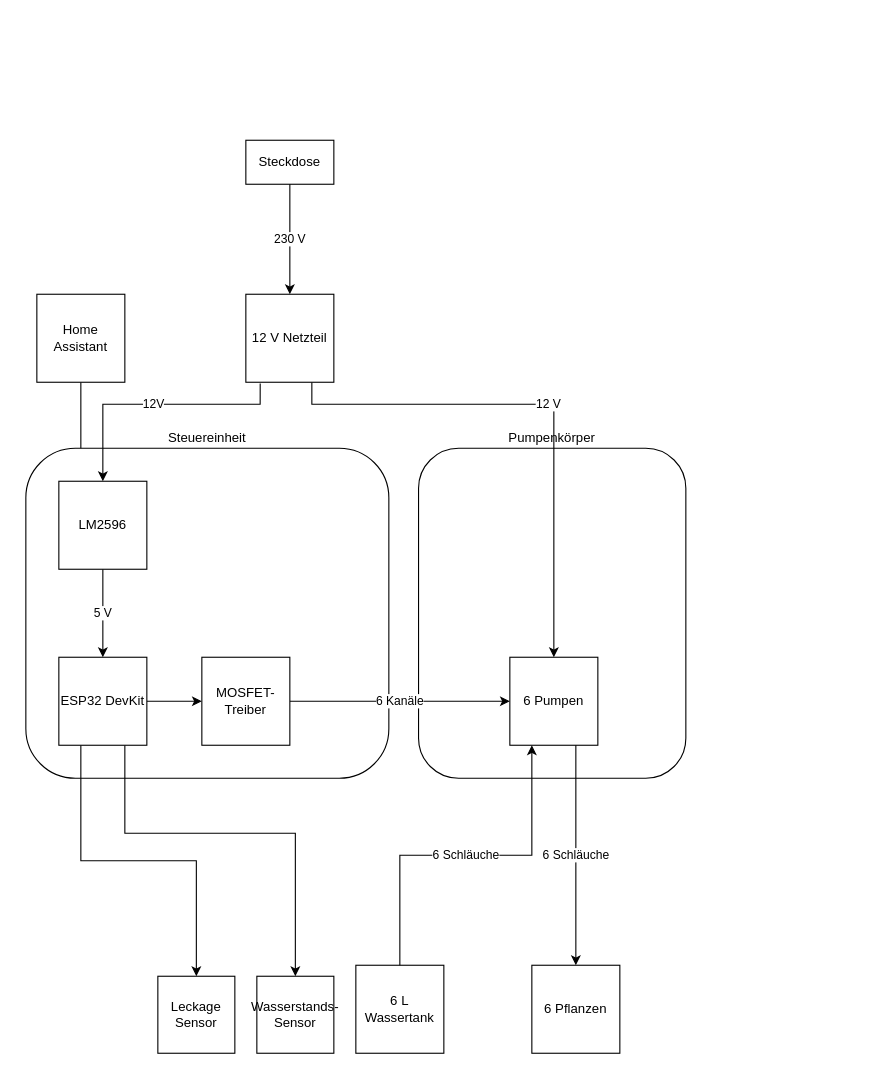
The draw.io diagram 01_Systemarchitektur.drawio in ChrisTinkers/SmartSprout, before the edit. Source tidied: cells renumbered, new cells numbered last; positions are measured from the earlier drawing's top-left corner, leaving out a move shared by most shapes. Both pictures are drawn from the tidied source at 110%, with x=0, y=0 at pixel (25, 140).
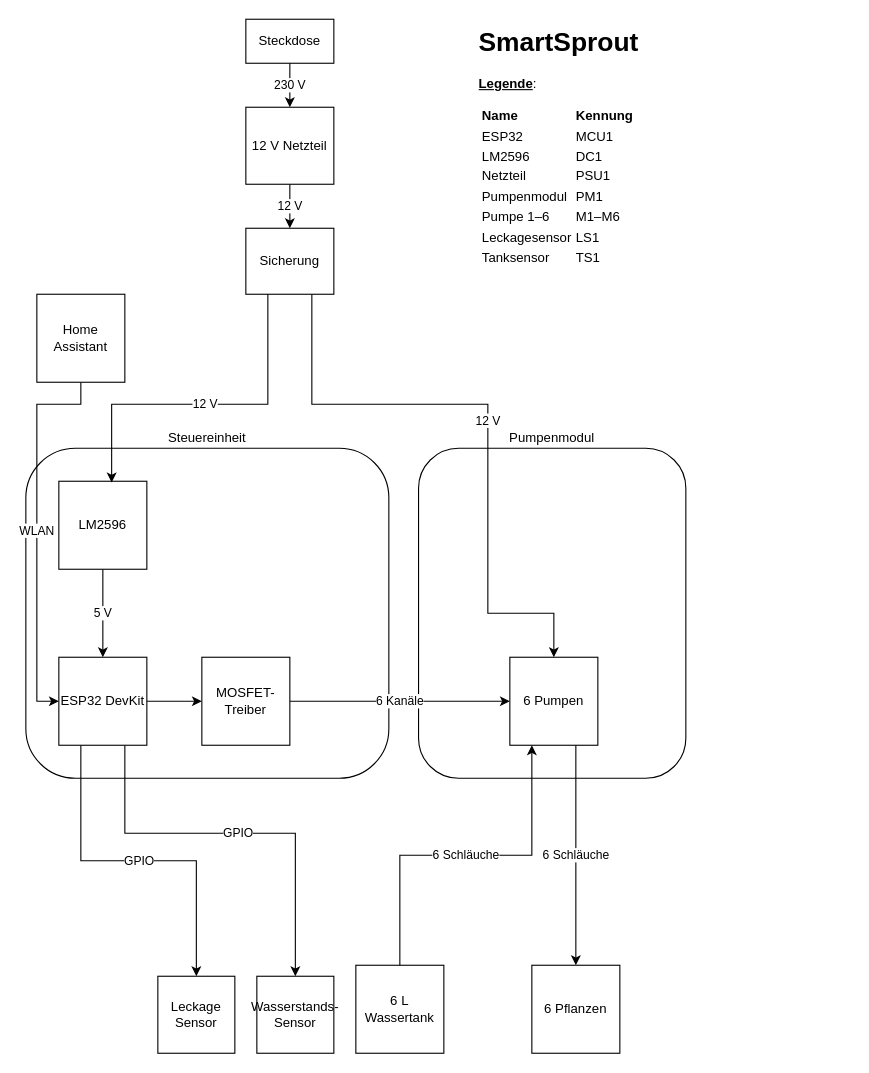
After the change.

Unchanged cells that the change refers to:
```xml
<mxCell id="12" value="ESP32 DevKit" style="rounded=0;whiteSpace=wrap;html=1;" parent="1" vertex="1">
  <mxGeometry x="30" y="470" width="80" height="80" as="geometry" />
</mxCell>
<mxCell id="14" value="LM2596" style="rounded=0;whiteSpace=wrap;html=1;" parent="1" vertex="1">
  <mxGeometry x="30" y="310" width="80" height="80" as="geometry" />
</mxCell>
<mxCell id="17" value="Home Assistant" style="rounded=0;whiteSpace=wrap;html=1;" parent="1" vertex="1">
  <mxGeometry x="10" y="140" width="80" height="80" as="geometry" />
</mxCell>
<mxCell id="21" value="6 Pumpen" style="rounded=0;whiteSpace=wrap;html=1;" parent="1" vertex="1">
  <mxGeometry x="440" y="470" width="80" height="80" as="geometry" />
</mxCell>
<mxCell id="24" value="Leckage&lt;div&gt;Sensor&lt;/div&gt;" style="rounded=0;whiteSpace=wrap;html=1;" parent="1" vertex="1">
  <mxGeometry x="120" y="760" width="70" height="70" as="geometry" />
</mxCell>
<mxCell id="25" value="Wasserstands-&lt;div&gt;Sensor&lt;/div&gt;" style="rounded=0;whiteSpace=wrap;html=1;" parent="1" vertex="1">
  <mxGeometry x="210" y="760" width="70" height="70" as="geometry" />
</mxCell>
```

What changed in the source:
```diff
@@
-<mxGraphModel>
+<mxGraphModel background="light-dark(#ffffff, #121212)">
@@
-    <mxCell id="2" value="Pumpenkörper" style="rounded=1;whiteSpace=wrap;html=1;labelPosition=center;verticalLabelPosition=top;align=center;verticalAlign=bottom;" parent="1" vertex="1">
+    <mxCell id="2" value="Pumpenmodul" style="rounded=1;whiteSpace=wrap;html=1;labelPosition=center;verticalLabelPosition=top;align=center;verticalAlign=bottom;" parent="1" vertex="1">
       <mxGeometry x="357" y="280" width="243" height="300" as="geometry" />
     </mxCell>
-    <mxCell id="3" style="edgeStyle=orthogonalEdgeStyle;rounded=0;jettySize=auto;html=1;exitX=0.5;exitY=1;exitDx=0;exitDy=0;entryX=0;entryY=0.5;entryDx=0;entryDy=0;" parent="1" edge="1" source="17" target="12">
-      <mxGeometry relative="1" as="geometry" />
-    </mxCell>
@@
     <mxCell id="5" value="Steckdose" style="rounded=0;whiteSpace=wrap;html=1;" parent="1" vertex="1">
-      <mxGeometry x="200" width="80" height="40" as="geometry" />
+      <mxGeometry x="200" y="-110" width="80" height="40" as="geometry" />
     </mxCell>
-    <mxCell id="6" value="12V" style="edgeStyle=orthogonalEdgeStyle;rounded=0;jettySize=auto;html=1;exitX=0.163;exitY=1.013;exitDx=0;exitDy=0;entryX=0.5;entryY=0;entryDx=0;entryDy=0;exitPerimeter=0;" parent="1" edge="1" source="8" target="14">
-      <mxGeometry relative="1" as="geometry">
-        <Array as="points">
-          <mxPoint x="213" y="240" />
-          <mxPoint x="70" y="240" />
-        </Array>
-      </mxGeometry>
-    </mxCell>
-    <mxCell id="7" value="12 V" style="edgeStyle=orthogonalEdgeStyle;rounded=0;jettySize=auto;html=1;exitX=0.75;exitY=1;exitDx=0;exitDy=0;entryX=0.5;entryY=0;entryDx=0;entryDy=0;" parent="1" edge="1" source="8" target="21">
-      <mxGeometry relative="1" as="geometry">
-        <Array as="points">
-          <mxPoint x="260" y="240" />
-          <mxPoint x="480" y="240" />
-        </Array>
-      </mxGeometry>
-    </mxCell>
+    <mxCell id="26" value="12 V" style="edgeStyle=orthogonalEdgeStyle;rounded=0;jettySize=auto;html=1;exitX=0.5;exitY=1;exitDx=0;exitDy=0;entryX=0.5;entryY=0;entryDx=0;entryDy=0;" parent="1" edge="1" source="8" target="27">
+      <mxGeometry relative="1" as="geometry" />
+    </mxCell>
     <mxCell id="8" value="12 V Netzteil" style="rounded=0;whiteSpace=wrap;html=1;" parent="1" vertex="1">
-      <mxGeometry x="200" y="140" width="80" height="80" as="geometry" />
+      <mxGeometry x="200" y="-30" width="80" height="70" as="geometry" />
     </mxCell>
@@
-    <mxCell id="10" style="edgeStyle=orthogonalEdgeStyle;rounded=0;jettySize=auto;html=1;exitX=0.25;exitY=1;exitDx=0;exitDy=0;" parent="1" edge="1" source="12" target="24">
+    <mxCell id="10" value="GPIO" style="edgeStyle=orthogonalEdgeStyle;rounded=0;jettySize=auto;html=1;exitX=0.25;exitY=1;exitDx=0;exitDy=0;" parent="1" edge="1" source="12" target="24">
       <mxGeometry relative="1" as="geometry" />
     </mxCell>
-    <mxCell id="11" style="edgeStyle=orthogonalEdgeStyle;rounded=0;jettySize=auto;html=1;exitX=0.75;exitY=1;exitDx=0;exitDy=0;entryX=0.5;entryY=0;entryDx=0;entryDy=0;" parent="1" edge="1" source="12" target="25">
+    <mxCell id="11" value="GPIO" style="edgeStyle=orthogonalEdgeStyle;rounded=0;jettySize=auto;html=1;exitX=0.75;exitY=1;exitDx=0;exitDy=0;entryX=0.5;entryY=0;entryDx=0;entryDy=0;" parent="1" edge="1" source="12" target="25">
       <mxGeometry relative="1" as="geometry">
         <Array as="points">
           <mxPoint x="90" y="630" />
           <mxPoint x="245" y="630" />
         </Array>
       </mxGeometry>
     </mxCell>
@@
+    <mxCell id="3" value="WLAN" style="edgeStyle=orthogonalEdgeStyle;rounded=0;jettySize=auto;html=1;exitX=0.5;exitY=1;exitDx=0;exitDy=0;entryX=0;entryY=0.5;entryDx=0;entryDy=0;" parent="1" edge="1" source="17" target="12">
+      <mxGeometry relative="1" as="geometry">
+        <Array as="points">
+          <mxPoint x="50" y="240" />
+          <mxPoint x="10" y="240" />
+          <mxPoint x="10" y="510" />
+        </Array>
+      </mxGeometry>
+    </mxCell>
@@
+    <mxCell id="7" value="12 V" style="edgeStyle=orthogonalEdgeStyle;rounded=0;jettySize=auto;html=1;exitX=0.75;exitY=1;exitDx=0;exitDy=0;entryX=0.5;entryY=0;entryDx=0;entryDy=0;" parent="1" edge="1" source="27" target="21">
+      <mxGeometry relative="1" as="geometry">
+        <Array as="points">
+          <mxPoint x="260" y="240" />
+          <mxPoint x="420" y="240" />
+          <mxPoint x="420" y="430" />
+          <mxPoint x="480" y="430" />
+        </Array>
+      </mxGeometry>
+    </mxCell>
+    <mxCell id="27" value="Sicherung" style="rounded=0;whiteSpace=wrap;html=1;" parent="1" vertex="1">
+      <mxGeometry x="200" y="80" width="80" height="60" as="geometry" />
+    </mxCell>
+    <mxCell id="28" value="12 V" style="edgeStyle=orthogonalEdgeStyle;rounded=0;jettySize=auto;html=1;exitX=0.25;exitY=1;exitDx=0;exitDy=0;entryX=0.6;entryY=0.013;entryDx=0;entryDy=0;entryPerimeter=0;" parent="1" edge="1" source="27" target="14">
+      <mxGeometry relative="1" as="geometry">
+        <Array as="points">
+          <mxPoint x="220" y="240" />
+          <mxPoint x="78" y="240" />
+        </Array>
+      </mxGeometry>
+    </mxCell>
+    <mxCell id="29" value="&lt;h1 style=&quot;margin-top: 0px;&quot;&gt;SmartSprout&lt;/h1&gt;&lt;p&gt;&lt;b&gt;&lt;u&gt;Legende&lt;/u&gt;&lt;/b&gt;:&lt;br&gt;&lt;/p&gt;&lt;table&gt;&lt;thead&gt;&lt;tr&gt;&lt;th&gt;Name&lt;/th&gt;&lt;th&gt;Kennung&lt;/th&gt;&lt;/tr&gt;&lt;/thead&gt;&lt;tbody&gt;&lt;tr&gt;&lt;td&gt;ESP32&lt;/td&gt;&lt;td&gt;MCU1&lt;/td&gt;&lt;/tr&gt;&lt;tr&gt;&lt;td&gt;LM2596&lt;/td&gt;&lt;td&gt;DC1&lt;/td&gt;&lt;/tr&gt;&lt;tr&gt;&lt;td&gt;Netzteil&lt;/td&gt;&lt;td&gt;PSU1&lt;/td&gt;&lt;/tr&gt;&lt;tr&gt;&lt;td&gt;Pumpenmodul&lt;/td&gt;&lt;td&gt;PM1&lt;/td&gt;&lt;/tr&gt;&lt;tr&gt;&lt;td&gt;Pumpe 1–6&lt;/td&gt;&lt;td&gt;M1–M6&lt;/td&gt;&lt;/tr&gt;&lt;tr&gt;&lt;td&gt;Leckagesensor&lt;/td&gt;&lt;td&gt;LS1&lt;/td&gt;&lt;/tr&gt;&lt;tr&gt;&lt;td&gt;Tanksensor&lt;/td&gt;&lt;td&gt;TS1&lt;/td&gt;&lt;/tr&gt;&lt;/tbody&gt;&lt;/table&gt;" style="text;html=1;whiteSpace=wrap;overflow=hidden;rounded=0;" parent="1" vertex="1">
+      <mxGeometry x="410" y="-110" width="340" height="290" as="geometry" />
+    </mxCell>
```
